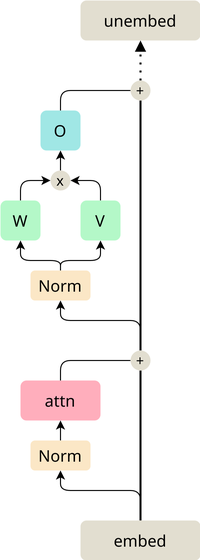
tdooms/bilinear-interp keeps this draw.io diagram as images/bilinformer.png. Above is the earlier version. Source tidied: cells renumbered, new cells last; positions are measured from the earlier drawing's top-left corner, leaving out a move shared by most shapes. Its diagram source:
```xml
<mxGraphModel>
  <root>
    <mxCell id="0" />
    <mxCell id="1" parent="0" />
    <mxCell id="2" value="attn" style="rounded=1;whiteSpace=wrap;html=1;fontColor=default;fillColor=#FFAEBC;strokeColor=none;fontStyle=0;fontFamily=Noto Sans;fontSource=https%3A%2F%2Ffonts.googleapis.com%2Fcss%3Ffamily%3DNoto%2BSans;fontSize=16;" parent="1" vertex="1">
      <mxGeometry x="20" y="380" width="80" height="40" as="geometry" />
    </mxCell>
    <mxCell id="3" style="endArrow=classic;html=1;rounded=1;entryX=0.5;entryY=1;entryDx=0;entryDy=0;edgeStyle=orthogonalEdgeStyle;curved=0;" parent="1" edge="1" target="13">
      <mxGeometry relative="1" as="geometry">
        <mxPoint x="140" y="520" as="sourcePoint" />
        <Array as="points">
          <mxPoint x="140" y="490" />
          <mxPoint x="60" y="490" />
        </Array>
      </mxGeometry>
    </mxCell>
    <mxCell id="4" style="endArrow=none;html=1;rounded=0;strokeWidth=2;endFill=0;exitX=0.5;exitY=0;exitDx=0;exitDy=0;" parent="1" edge="1" source="10" target="18">
      <mxGeometry relative="1" as="geometry" />
    </mxCell>
    <mxCell id="5" style="edgeStyle=orthogonalEdgeStyle;rounded=0;jettySize=auto;html=1;exitX=0.5;exitY=0;exitDx=0;exitDy=0;entryX=0.5;entryY=1;entryDx=0;entryDy=0;strokeWidth=2;endArrow=none;endFill=0;" parent="1" edge="1" source="18" target="25">
      <mxGeometry relative="1" as="geometry" />
    </mxCell>
    <mxCell id="6" style="edgeStyle=orthogonalEdgeStyle;rounded=1;jettySize=auto;html=1;exitX=0.5;exitY=0;exitDx=0;exitDy=0;entryX=0;entryY=0.5;entryDx=0;entryDy=0;curved=0;" parent="1" edge="1" source="7" target="22">
      <mxGeometry relative="1" as="geometry">
        <Array as="points">
          <mxPoint x="20" y="180" />
        </Array>
      </mxGeometry>
    </mxCell>
    <mxCell id="7" value="W" style="rounded=1;whiteSpace=wrap;html=1;fontColor=default;fillColor=#B4F8C8;strokeColor=none;fontStyle=0;fontFamily=Noto Sans;fontSource=https%3A%2F%2Ffonts.googleapis.com%2Fcss%3Ffamily%3DNoto%2BSans;fontSize=16;" parent="1" vertex="1">
      <mxGeometry y="200" width="40" height="40" as="geometry" />
    </mxCell>
    <mxCell id="8" style="endArrow=classic;html=1;rounded=1;edgeStyle=orthogonalEdgeStyle;curved=0;entryX=0.5;entryY=1;entryDx=0;entryDy=0;" parent="1" edge="1" target="16">
      <mxGeometry relative="1" as="geometry">
        <mxPoint x="140" y="340" as="sourcePoint" />
        <Array as="points">
          <mxPoint x="140" y="320" />
          <mxPoint x="60" y="320" />
        </Array>
      </mxGeometry>
    </mxCell>
    <mxCell id="9" value="unembed" style="rounded=1;whiteSpace=wrap;html=1;fontColor=default;fillColor=#E2DED0;strokeColor=none;fontStyle=0;fontFamily=Noto Sans;fontSource=https%3A%2F%2Ffonts.googleapis.com%2Fcss%3Ffamily%3DNoto%2BSans;fontSize=16;" parent="1" vertex="1">
      <mxGeometry x="80" width="120" height="40" as="geometry" />
    </mxCell>
    <mxCell id="10" value="embed" style="rounded=1;whiteSpace=wrap;html=1;fontColor=default;fillColor=#E2DED0;strokeColor=none;fontStyle=0;fontFamily=Noto Sans;fontSource=https%3A%2F%2Ffonts.googleapis.com%2Fcss%3Ffamily%3DNoto%2BSans;fontSize=16;" parent="1" vertex="1">
      <mxGeometry x="80" y="520" width="120" height="40" as="geometry" />
    </mxCell>
    <mxCell id="11" style="endArrow=block;dashed=1;html=1;dashPattern=1 3;strokeWidth=2;rounded=0;entryX=0.5;entryY=1;entryDx=0;entryDy=0;exitX=0.5;exitY=0;exitDx=0;exitDy=0;endFill=1;" parent="1" edge="1" source="25" target="9">
      <mxGeometry relative="1" as="geometry" />
    </mxCell>
    <mxCell id="12" style="edgeStyle=orthogonalEdgeStyle;rounded=0;jettySize=auto;html=1;exitX=0.5;exitY=0;exitDx=0;exitDy=0;entryX=0.5;entryY=1;entryDx=0;entryDy=0;" parent="1" edge="1" source="13" target="2">
      <mxGeometry relative="1" as="geometry" />
    </mxCell>
    <mxCell id="13" value="Norm" style="rounded=1;whiteSpace=wrap;html=1;fillColor=#FBE7C6;strokeColor=none;fontFamily=Noto Sans;fontSource=https%3A%2F%2Ffonts.googleapis.com%2Fcss%3Ffamily%3DNoto%2BSans;fontSize=16;" parent="1" vertex="1">
      <mxGeometry x="30" y="440" width="60" height="30" as="geometry" />
    </mxCell>
    <mxCell id="14" style="edgeStyle=orthogonalEdgeStyle;rounded=1;jettySize=auto;html=1;exitX=0.5;exitY=0;exitDx=0;exitDy=0;entryX=0.5;entryY=1;entryDx=0;entryDy=0;curved=0;" parent="1" edge="1" source="16" target="7">
      <mxGeometry relative="1" as="geometry">
        <Array as="points">
          <mxPoint x="60" y="260" />
          <mxPoint x="20" y="260" />
        </Array>
      </mxGeometry>
    </mxCell>
    <mxCell id="15" style="edgeStyle=orthogonalEdgeStyle;rounded=1;jettySize=auto;html=1;exitX=0.5;exitY=0;exitDx=0;exitDy=0;entryX=0.5;entryY=1;entryDx=0;entryDy=0;curved=0;" parent="1" edge="1" source="16" target="20">
      <mxGeometry relative="1" as="geometry">
        <Array as="points">
          <mxPoint x="60" y="260" />
          <mxPoint x="100" y="260" />
        </Array>
      </mxGeometry>
    </mxCell>
    <mxCell id="16" value="Norm" style="rounded=1;whiteSpace=wrap;html=1;fillColor=#FBE7C6;strokeColor=none;fontFamily=Noto Sans;fontSource=https%3A%2F%2Ffonts.googleapis.com%2Fcss%3Ffamily%3DNoto%2BSans;fontSize=16;" parent="1" vertex="1">
      <mxGeometry x="30" y="270" width="60" height="30" as="geometry" />
    </mxCell>
    <mxCell id="17" style="edgeStyle=orthogonalEdgeStyle;rounded=1;jettySize=auto;html=1;exitX=0.5;exitY=0;exitDx=0;exitDy=0;endArrow=none;endFill=0;curved=0;" parent="1" edge="1" source="2" target="18">
      <mxGeometry relative="1" as="geometry">
        <Array as="points">
          <mxPoint x="60" y="360" />
        </Array>
      </mxGeometry>
    </mxCell>
    <mxCell id="18" value="&lt;font style=&quot;font-size: 14px;&quot; face=&quot;Noto Sans&quot;&gt;+&lt;/font&gt;" style="ellipse;whiteSpace=wrap;html=1;fillColor=#E2DED0;strokeColor=none;fontSize=14;" parent="1" vertex="1">
      <mxGeometry x="130" y="350" width="20" height="20" as="geometry" />
    </mxCell>
    <mxCell id="19" style="edgeStyle=orthogonalEdgeStyle;rounded=1;jettySize=auto;html=1;exitX=0.5;exitY=0;exitDx=0;exitDy=0;entryX=1;entryY=0.5;entryDx=0;entryDy=0;curved=0;" parent="1" edge="1" target="22">
      <mxGeometry relative="1" as="geometry">
        <mxPoint x="100" y="200" as="sourcePoint" />
        <Array as="points">
          <mxPoint x="100" y="180" />
        </Array>
      </mxGeometry>
    </mxCell>
    <mxCell id="20" value="V" style="rounded=1;whiteSpace=wrap;html=1;fontColor=default;fillColor=#B4F8C8;strokeColor=none;fontStyle=0;fontFamily=Noto Sans;fontSource=https%3A%2F%2Ffonts.googleapis.com%2Fcss%3Ffamily%3DNoto%2BSans;fontSize=16;" parent="1" vertex="1">
      <mxGeometry x="80" y="200" width="40" height="40" as="geometry" />
    </mxCell>
    <mxCell id="21" style="edgeStyle=orthogonalEdgeStyle;rounded=0;jettySize=auto;html=1;exitX=0.5;exitY=0;exitDx=0;exitDy=0;entryX=0.5;entryY=1;entryDx=0;entryDy=0;" parent="1" edge="1" source="22" target="23">
      <mxGeometry relative="1" as="geometry" />
    </mxCell>
    <mxCell id="22" value="&lt;font face=&quot;Noto Sans&quot;&gt;x&lt;/font&gt;" style="ellipse;whiteSpace=wrap;html=1;fillColor=#E2DED0;strokeColor=none;fontSize=14;" parent="1" vertex="1">
      <mxGeometry x="50" y="170" width="20" height="20" as="geometry" />
    </mxCell>
    <mxCell id="23" value="O" style="rounded=1;whiteSpace=wrap;html=1;fillColor=#A0E7E5;strokeColor=none;fontFamily=Noto Sans;fontSource=https%3A%2F%2Ffonts.googleapis.com%2Fcss%3Ffamily%3DNoto%2BSans;fontSize=16;" parent="1" vertex="1">
      <mxGeometry x="40" y="110" width="40" height="40" as="geometry" />
    </mxCell>
    <mxCell id="24" style="edgeStyle=orthogonalEdgeStyle;rounded=1;jettySize=auto;html=1;endArrow=none;endFill=0;curved=0;exitX=0.5;exitY=0;exitDx=0;exitDy=0;" parent="1" edge="1" source="23" target="25">
      <mxGeometry relative="1" as="geometry">
        <Array as="points">
          <mxPoint x="60" y="90" />
        </Array>
      </mxGeometry>
    </mxCell>
    <mxCell id="25" value="&lt;font style=&quot;font-size: 14px;&quot; face=&quot;Noto Sans&quot;&gt;+&lt;/font&gt;" style="ellipse;whiteSpace=wrap;html=1;fillColor=#E2DED0;strokeColor=none;fontSize=14;" parent="1" vertex="1">
      <mxGeometry x="130" y="80" width="20" height="20" as="geometry" />
    </mxCell>
  </root>
</mxGraphModel>
```
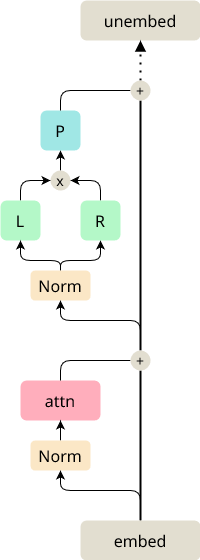
After the commit.

Diff of the diagram source:
```diff
@@ -27,7 +27,7 @@
         </Array>
       </mxGeometry>
     </mxCell>
-    <mxCell id="7" value="W" style="rounded=1;whiteSpace=wrap;html=1;fontColor=default;fillColor=#B4F8C8;strokeColor=none;fontStyle=0;fontFamily=Noto Sans;fontSource=https%3A%2F%2Ffonts.googleapis.com%2Fcss%3Ffamily%3DNoto%2BSans;fontSize=16;" parent="1" vertex="1">
+    <mxCell id="7" value="L" style="rounded=1;whiteSpace=wrap;html=1;fontColor=default;fillColor=#B4F8C8;strokeColor=none;fontStyle=0;fontFamily=Noto Sans;fontSource=https%3A%2F%2Ffonts.googleapis.com%2Fcss%3Ffamily%3DNoto%2BSans;fontSize=16;" parent="1" vertex="1">
       <mxGeometry y="200" width="40" height="40" as="geometry" />
     </mxCell>
     <mxCell id="8" style="endArrow=classic;html=1;rounded=1;edgeStyle=orthogonalEdgeStyle;curved=0;entryX=0.5;entryY=1;entryDx=0;entryDy=0;" parent="1" edge="1" target="16">
@@ -91,7 +91,7 @@
         </Array>
       </mxGeometry>
     </mxCell>
-    <mxCell id="20" value="V" style="rounded=1;whiteSpace=wrap;html=1;fontColor=default;fillColor=#B4F8C8;strokeColor=none;fontStyle=0;fontFamily=Noto Sans;fontSource=https%3A%2F%2Ffonts.googleapis.com%2Fcss%3Ffamily%3DNoto%2BSans;fontSize=16;" parent="1" vertex="1">
+    <mxCell id="20" value="R" style="rounded=1;whiteSpace=wrap;html=1;fontColor=default;fillColor=#B4F8C8;strokeColor=none;fontStyle=0;fontFamily=Noto Sans;fontSource=https%3A%2F%2Ffonts.googleapis.com%2Fcss%3Ffamily%3DNoto%2BSans;fontSize=16;" parent="1" vertex="1">
       <mxGeometry x="80" y="200" width="40" height="40" as="geometry" />
     </mxCell>
     <mxCell id="21" style="edgeStyle=orthogonalEdgeStyle;rounded=0;jettySize=auto;html=1;exitX=0.5;exitY=0;exitDx=0;exitDy=0;entryX=0.5;entryY=1;entryDx=0;entryDy=0;" parent="1" edge="1" source="22" target="23">
@@ -100,7 +100,7 @@
     <mxCell id="22" value="&lt;font face=&quot;Noto Sans&quot;&gt;x&lt;/font&gt;" style="ellipse;whiteSpace=wrap;html=1;fillColor=#E2DED0;strokeColor=none;fontSize=14;" parent="1" vertex="1">
       <mxGeometry x="50" y="170" width="20" height="20" as="geometry" />
     </mxCell>
-    <mxCell id="23" value="O" style="rounded=1;whiteSpace=wrap;html=1;fillColor=#A0E7E5;strokeColor=none;fontFamily=Noto Sans;fontSource=https%3A%2F%2Ffonts.googleapis.com%2Fcss%3Ffamily%3DNoto%2BSans;fontSize=16;" parent="1" vertex="1">
+    <mxCell id="23" value="P" style="rounded=1;whiteSpace=wrap;html=1;fillColor=#A0E7E5;strokeColor=none;fontFamily=Noto Sans;fontSource=https%3A%2F%2Ffonts.googleapis.com%2Fcss%3Ffamily%3DNoto%2BSans;fontSize=16;" parent="1" vertex="1">
       <mxGeometry x="40" y="110" width="40" height="40" as="geometry" />
     </mxCell>
     <mxCell id="24" style="edgeStyle=orthogonalEdgeStyle;rounded=1;jettySize=auto;html=1;endArrow=none;endFill=0;curved=0;exitX=0.5;exitY=0;exitDx=0;exitDy=0;" parent="1" edge="1" source="23" target="25">
```
